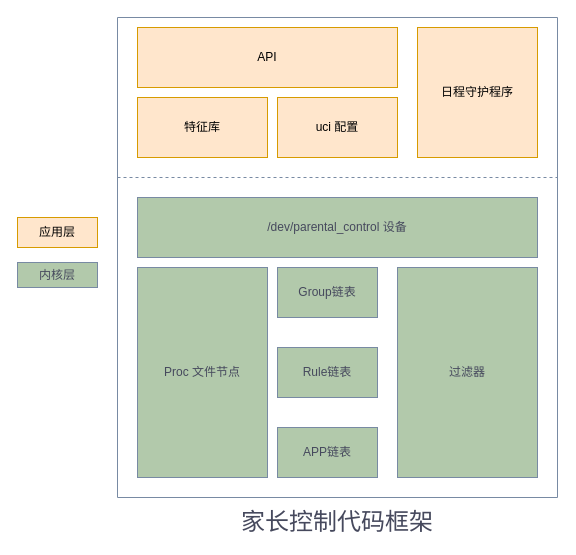
Before: page "代码框架" (1 of 4) of img/image.drawio in gl-inet/parental-control, a draw.io diagram. Source tidied: cells renumbered, new cells numbered last; positions are measured from the earlier drawing's top-left corner, leaving out a move shared by most shapes. Both pictures are drawn from the tidied source at 100%, with x=0, y=0 at pixel (17, 17).
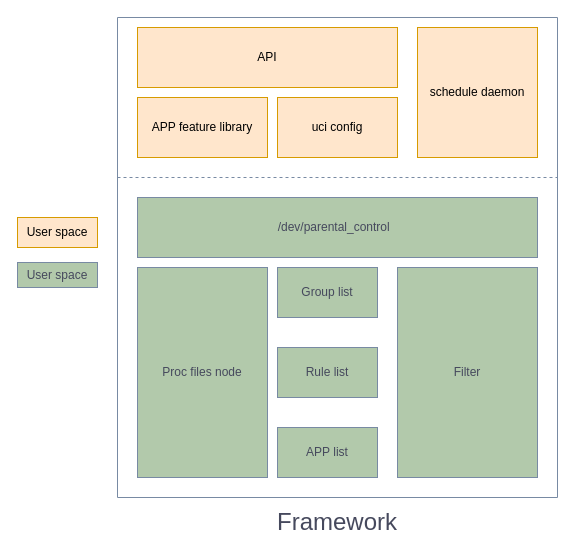
After the change.

Diff of the diagram source:
```diff
@@
 <mxGraphModel>
   <root>
     <mxCell id="0" />
     <mxCell id="1" parent="0" />
-    <mxCell id="2" value="过滤器" style="rounded=0;whiteSpace=wrap;html=1;fillColor=#B2C9AB;strokeColor=#788AA3;fontColor=#46495D;" parent="1" vertex="1">
+    <mxCell id="2" value="Filter" style="rounded=0;whiteSpace=wrap;html=1;fillColor=#B2C9AB;strokeColor=#788AA3;fontColor=#46495D;" parent="1" vertex="1">
       <mxGeometry x="380" y="250" width="140" height="210" as="geometry" />
     </mxCell>
-    <mxCell id="3" value="Group链表" style="rounded=0;whiteSpace=wrap;html=1;fillColor=#B2C9AB;strokeColor=#788AA3;fontColor=#46495D;" parent="1" vertex="1">
+    <mxCell id="3" value="Group list" style="rounded=0;whiteSpace=wrap;html=1;fillColor=#B2C9AB;strokeColor=#788AA3;fontColor=#46495D;" parent="1" vertex="1">
       <mxGeometry x="260" y="250" width="100" height="50" as="geometry" />
     </mxCell>
-    <mxCell id="4" value="Rule链表" style="rounded=0;whiteSpace=wrap;html=1;fillColor=#B2C9AB;strokeColor=#788AA3;fontColor=#46495D;" parent="1" vertex="1">
+    <mxCell id="4" value="Rule list" style="rounded=0;whiteSpace=wrap;html=1;fillColor=#B2C9AB;strokeColor=#788AA3;fontColor=#46495D;" parent="1" vertex="1">
       <mxGeometry x="260" y="330" width="100" height="50" as="geometry" />
     </mxCell>
-    <mxCell id="5" value="APP链表" style="rounded=0;whiteSpace=wrap;html=1;fillColor=#B2C9AB;strokeColor=#788AA3;fontColor=#46495D;" parent="1" vertex="1">
+    <mxCell id="5" value="APP list" style="rounded=0;whiteSpace=wrap;html=1;fillColor=#B2C9AB;strokeColor=#788AA3;fontColor=#46495D;" parent="1" vertex="1">
       <mxGeometry x="260" y="410" width="100" height="50" as="geometry" />
     </mxCell>
-    <mxCell id="6" value="Proc 文件节点" style="rounded=0;whiteSpace=wrap;html=1;fillColor=#B2C9AB;strokeColor=#788AA3;fontColor=#46495D;" parent="1" vertex="1">
+    <mxCell id="6" value="Proc files node" style="rounded=0;whiteSpace=wrap;html=1;fillColor=#B2C9AB;strokeColor=#788AA3;fontColor=#46495D;" parent="1" vertex="1">
       <mxGeometry x="120" y="250" width="130" height="210" as="geometry" />
     </mxCell>
-    <mxCell id="7" value="/dev/parental_control 设备" style="rounded=0;whiteSpace=wrap;html=1;fillColor=#B2C9AB;strokeColor=#788AA3;fontColor=#46495D;" parent="1" vertex="1">
+    <mxCell id="7" value="/dev/parental_control&amp;nbsp;&amp;nbsp;" style="rounded=0;whiteSpace=wrap;html=1;fillColor=#B2C9AB;strokeColor=#788AA3;fontColor=#46495D;" parent="1" vertex="1">
       <mxGeometry x="120" y="180" width="400" height="60" as="geometry" />
     </mxCell>
-    <mxCell id="8" value="uci 配置" style="rounded=0;whiteSpace=wrap;html=1;fillColor=#ffe6cc;strokeColor=#d79b00;" parent="1" vertex="1">
+    <mxCell id="8" value="uci config" style="rounded=0;whiteSpace=wrap;html=1;fillColor=#ffe6cc;strokeColor=#d79b00;" parent="1" vertex="1">
       <mxGeometry x="260" y="80" width="120" height="60" as="geometry" />
     </mxCell>
-    <mxCell id="9" value="特征库" style="rounded=0;whiteSpace=wrap;html=1;fillColor=#ffe6cc;strokeColor=#d79b00;" parent="1" vertex="1">
+    <mxCell id="9" value="APP feature library" style="rounded=0;whiteSpace=wrap;html=1;fillColor=#ffe6cc;strokeColor=#d79b00;" parent="1" vertex="1">
       <mxGeometry x="120" y="80" width="130" height="60" as="geometry" />
     </mxCell>
-    <mxCell id="10" value="日程守护程序" style="rounded=0;whiteSpace=wrap;html=1;fillColor=#ffe6cc;strokeColor=#d79b00;" parent="1" vertex="1">
+    <mxCell id="10" value="schedule daemon" style="rounded=0;whiteSpace=wrap;html=1;fillColor=#ffe6cc;strokeColor=#d79b00;" parent="1" vertex="1">
       <mxGeometry x="400" y="10" width="120" height="130" as="geometry" />
     </mxCell>
     <mxCell id="11" value="API" style="rounded=0;whiteSpace=wrap;html=1;fillColor=#ffe6cc;strokeColor=#d79b00;" parent="1" vertex="1">
       <mxGeometry x="120" y="10" width="260" height="60" as="geometry" />
     </mxCell>
     <mxCell id="12" style="endArrow=none;html=1;rounded=0;strokeColor=#788AA3;fontColor=#46495D;fillColor=#B2C9AB;dashed=1;" parent="1" edge="1">
       <mxGeometry relative="1" as="geometry">
         <mxPoint x="100" y="160" as="sourcePoint" />
         <mxPoint x="540" y="160" as="targetPoint" />
       </mxGeometry>
     </mxCell>
     <mxCell id="13" style="swimlane;startSize=0;strokeColor=#788AA3;fontColor=#46495D;fillColor=#B2C9AB;" parent="1" vertex="1">
       <mxGeometry x="100" width="440" height="480" as="geometry" />
     </mxCell>
-    <mxCell id="14" value="应用层" style="rounded=0;whiteSpace=wrap;html=1;fillColor=#ffe6cc;strokeColor=#d79b00;" parent="1" vertex="1">
+    <mxCell id="14" value="User space" style="rounded=0;whiteSpace=wrap;html=1;fillColor=#ffe6cc;strokeColor=#d79b00;" parent="1" vertex="1">
       <mxGeometry y="200" width="80" height="30" as="geometry" />
     </mxCell>
-    <mxCell id="15" value="内核层" style="rounded=0;whiteSpace=wrap;html=1;fillColor=#B2C9AB;strokeColor=#788AA3;fontColor=#46495D;" parent="1" vertex="1">
+    <mxCell id="15" value="User space" style="rounded=0;whiteSpace=wrap;html=1;fillColor=#B2C9AB;strokeColor=#788AA3;fontColor=#46495D;" parent="1" vertex="1">
       <mxGeometry y="245" width="80" height="25" as="geometry" />
     </mxCell>
-    <mxCell id="16" value="家长控制代码框架" style="text;html=1;strokeColor=none;fillColor=none;align=center;verticalAlign=middle;whiteSpace=wrap;rounded=0;fontColor=#46495D;fontSize=24;" parent="1" vertex="1">
+    <mxCell id="16" value="Framework" style="text;html=1;strokeColor=none;fillColor=none;align=center;verticalAlign=middle;whiteSpace=wrap;rounded=0;fontColor=#46495D;fontSize=24;" parent="1" vertex="1">
       <mxGeometry x="205" y="490" width="230" height="30" as="geometry" />
     </mxCell>
   </root>
 </mxGraphModel>
```
